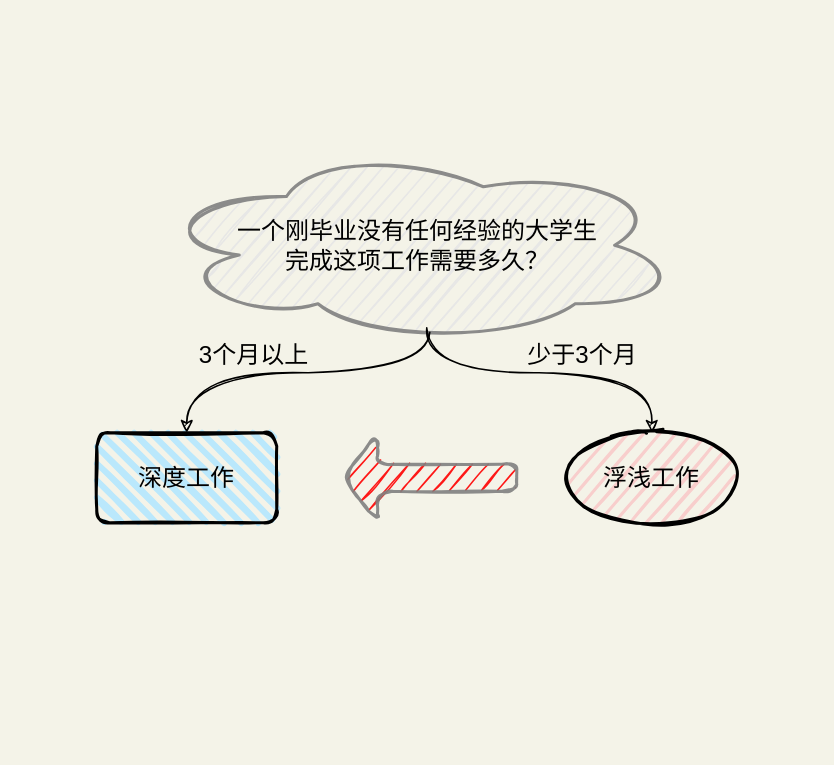
Earlier version of the draw.io diagram pictures/深度工作/what.drawio (boxtsecond/draw). Source tidied: cells renumbered, new cells numbered last; positions are measured from the earlier drawing's top-left corner, leaving out a move shared by most shapes. Both pictures are drawn from the tidied source at 150%, with x=0, y=0 at pixel (96, 147).
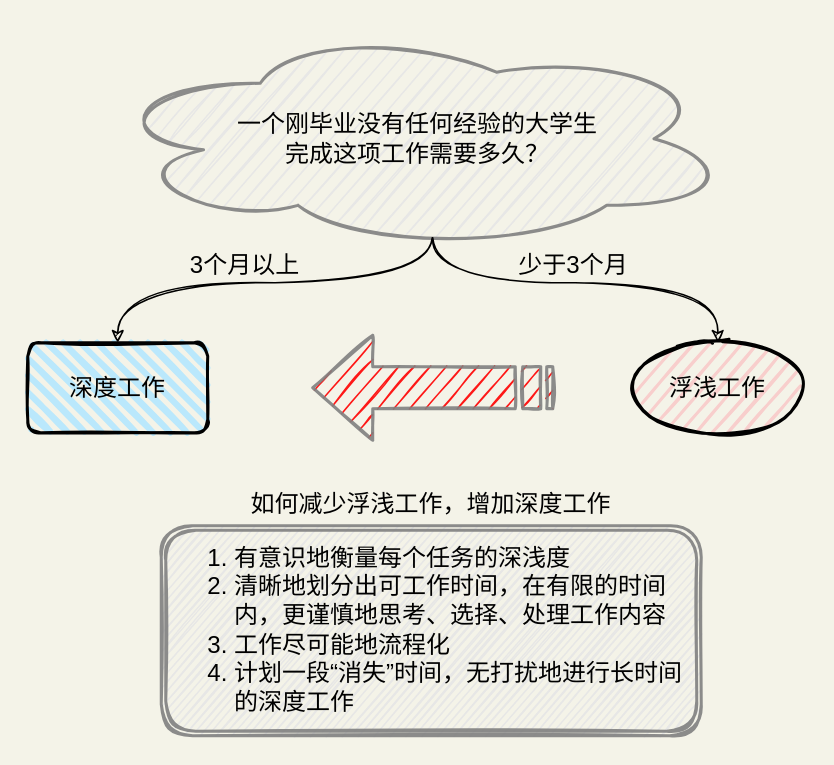
Above is the later version.

Diff of the diagram source:
```diff
@@
 <mxGraphModel background="#F4F3E8">
   <root>
     <mxCell id="0" />
     <mxCell id="1" parent="0" />
     <mxCell id="2" value="浮浅工作" style="ellipse;whiteSpace=wrap;html=1;strokeWidth=2;fillWeight=2;hachureGap=8;fillStyle=dots;fontSize=16;fillColor=#f8cecc;sketch=1;rounded=1;" parent="1" vertex="1">
-      <mxGeometry x="310" y="190" width="120" height="60" as="geometry" />
+      <mxGeometry x="354" y="130" width="120" height="60" as="geometry" />
     </mxCell>
     <mxCell id="3" value="&lt;font style=&quot;font-size: 16px;&quot;&gt;深度工作&lt;/font&gt;" style="whiteSpace=wrap;html=1;strokeWidth=2;fillWeight=4;hachureGap=8;hachureAngle=45;shadow=0;glass=0;fontSize=16;fillColor=#BAE8FC;sketch=1;rounded=1;" parent="1" vertex="1">
-      <mxGeometry y="190" width="120" height="60" as="geometry" />
+      <mxGeometry x="-46" y="130" width="120" height="60" as="geometry" />
     </mxCell>
     <mxCell id="4" value="一个刚毕业没有任何经验的大学生&lt;br&gt;完成这项工作需要多久？" style="ellipse;shape=cloud;whiteSpace=wrap;html=1;shadow=0;glass=0;fontSize=16;strokeColor=#808080;sketch=1;rounded=1;opacity=90;strokeWidth=2;fillStyle=auto;fillColor=#E6E6E6;" parent="1" vertex="1">
-      <mxGeometry x="39" width="350" height="130" as="geometry" />
+      <mxGeometry x="4" y="-80" width="420" height="148" as="geometry" />
     </mxCell>
     <mxCell id="5" style="edgeStyle=elbowEdgeStyle;elbow=vertical;endArrow=classic;html=1;fontSize=16;exitX=0.523;exitY=0.946;exitDx=0;exitDy=0;exitPerimeter=0;sketch=1;curved=1;" parent="1" edge="1" source="4" target="3">
       <mxGeometry relative="1" as="geometry">
         <Array as="points">
-          <mxPoint x="130" y="150" />
+          <mxPoint x="124" y="90" />
         </Array>
       </mxGeometry>
     </mxCell>
     <mxCell id="6" style="edgeStyle=elbowEdgeStyle;elbow=vertical;endArrow=classic;html=1;fontSize=16;sketch=1;curved=1;" parent="1" edge="1" target="2">
       <mxGeometry relative="1" as="geometry">
-        <mxPoint x="220" y="120" as="sourcePoint" />
+        <mxPoint x="224" y="60" as="sourcePoint" />
         <Array as="points">
-          <mxPoint x="290" y="150" />
+          <mxPoint x="284" y="90" />
         </Array>
       </mxGeometry>
     </mxCell>
     <mxCell id="7" value="3个月以上" style="text;html=1;strokeColor=none;fillColor=none;align=center;verticalAlign=middle;whiteSpace=wrap;rounded=0;shadow=0;glass=0;sketch=1;fontSize=16;fontColor=#000000;opacity=90;" parent="1" vertex="1">
-      <mxGeometry x="60" y="128" width="90" height="20" as="geometry" />
+      <mxGeometry x="54" y="68" width="90" height="20" as="geometry" />
     </mxCell>
     <mxCell id="8" value="少于3个月" style="text;html=1;strokeColor=none;fillColor=none;align=center;verticalAlign=middle;whiteSpace=wrap;rounded=0;shadow=0;glass=0;sketch=1;fontSize=16;fontColor=#000000;opacity=90;" parent="1" vertex="1">
-      <mxGeometry x="279" y="128" width="90" height="20" as="geometry" />
+      <mxGeometry x="273" y="68" width="90" height="20" as="geometry" />
     </mxCell>
-    <mxCell id="9" style="shape=singleArrow;direction=west;whiteSpace=wrap;html=1;rounded=1;shadow=0;glass=0;sketch=1;strokeColor=#808080;strokeWidth=2;fontSize=16;fontColor=#000000;opacity=90;fillColor=#FF0000;" parent="1" vertex="1">
-      <mxGeometry x="164" y="190" width="116" height="60" as="geometry" />
-    </mxCell>
+    <mxCell id="10" value="&lt;ol&gt;&lt;li&gt;有意识地衡量每个任务的深浅度&lt;/li&gt;&lt;li&gt;清晰地划分出可工作时间，在有限的时间内，更谨慎地思考、选择、处理工作内容&lt;/li&gt;&lt;li&gt;工作尽可能地流程化&lt;/li&gt;&lt;li&gt;计划一段“消失”时间，无打扰地进行长时间的深度工作&lt;/li&gt;&lt;/ol&gt;" style="shape=ext;double=1;rounded=1;whiteSpace=wrap;html=1;shadow=0;glass=0;sketch=1;strokeColor=#808080;strokeWidth=2;fillColor=#E6E6E6;fontSize=16;fontColor=#000000;opacity=90;align=left;verticalAlign=middle;horizontal=1;spacing=6;spacingTop=0;spacingRight=2;spacingBottom=2;spacingLeft=0;" parent="1" vertex="1">
+      <mxGeometry x="43" y="252" width="360" height="140" as="geometry" />
+    </mxCell>
+    <mxCell id="11" value="如何减少浮浅工作，增加深度工作" style="text;html=1;strokeColor=none;fillColor=none;align=center;verticalAlign=middle;whiteSpace=wrap;rounded=0;shadow=0;glass=0;sketch=1;fontSize=16;fontColor=#000000;opacity=90;" parent="1" vertex="1">
+      <mxGeometry x="88" y="227" width="270" height="20" as="geometry" />
+    </mxCell>
+    <mxCell id="12" style="html=1;shadow=0;dashed=0;align=center;verticalAlign=middle;shape=mxgraph.arrows2.stripedArrow;dy=0.6;dx=40;notch=25;rounded=1;glass=0;sketch=1;strokeColor=#808080;strokeWidth=2;fontSize=16;fontColor=#000000;opacity=90;direction=west;fillColor=#FF0000;" parent="1" vertex="1">
+      <mxGeometry x="144" y="125" width="160" height="70" as="geometry" />
+    </mxCell>
   </root>
 </mxGraphModel>
```
